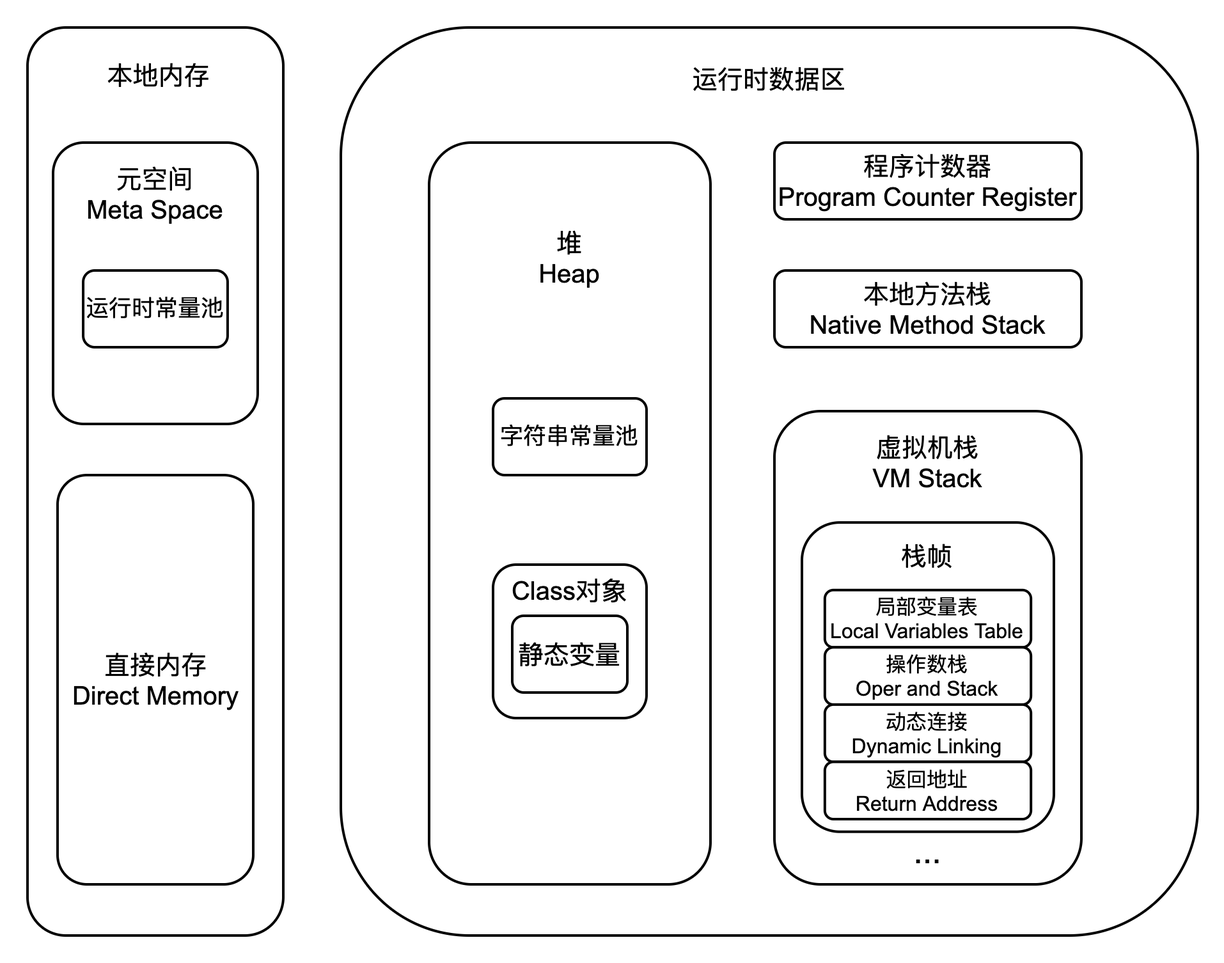
Above: src/notes/jvm/image/JVM内存区域-JDK1.8.png in piaolingluo/piaolingluo.github.io (draw.io), before the change. Source tidied: cells renumbered, new cells last; positions are measured from the earlier drawing's top-left corner, leaving out a move shared by most shapes.
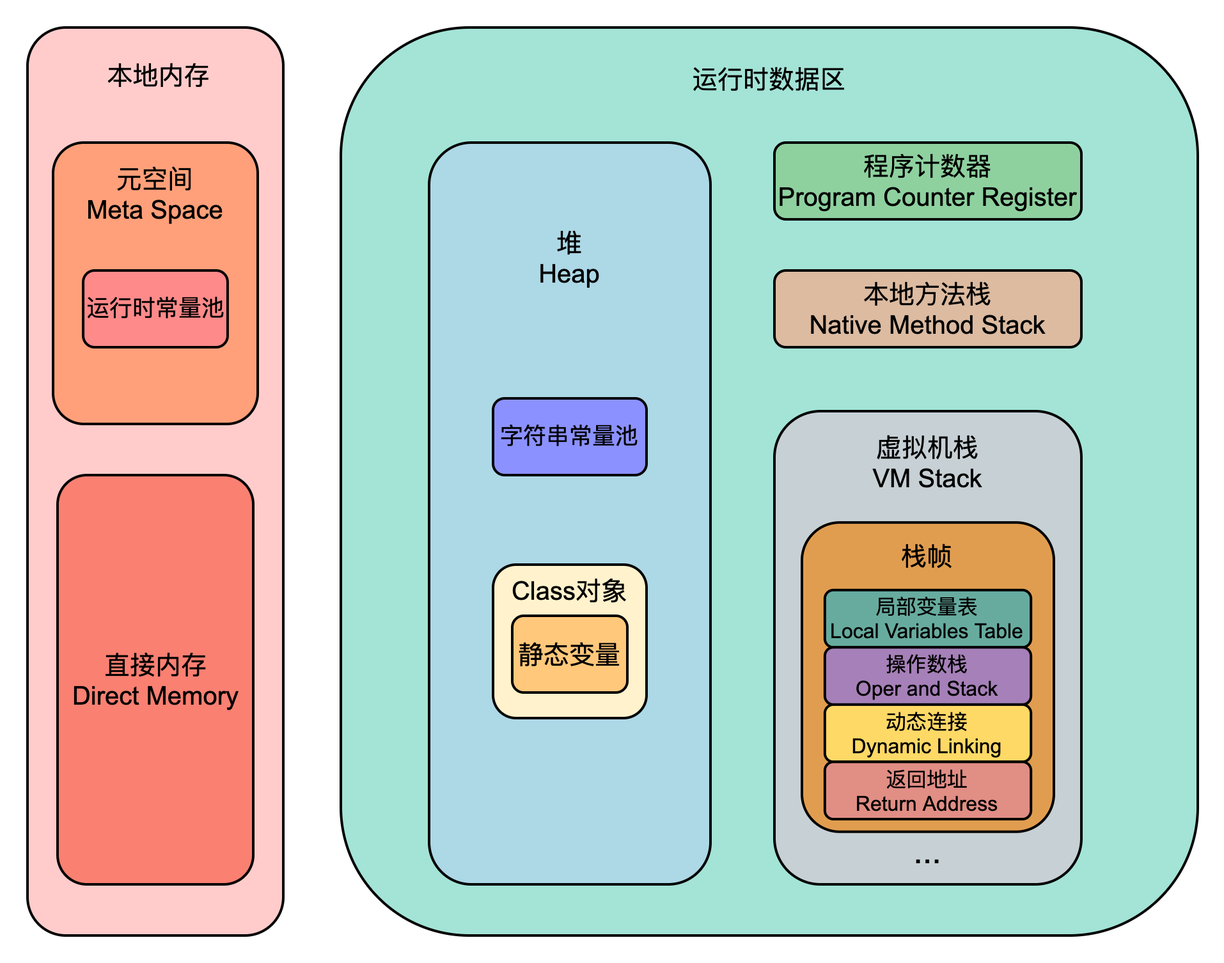
The same file after the commit.

Diff of the diagram source:
```diff
@@ -1,65 +1,62 @@
 <mxGraphModel>
   <root>
-    <mxCell id="0" />
-    <mxCell id="1" parent="0" />
-    <mxCell id="2" style="rounded=1;whiteSpace=wrap;html=1;fontSize=20;" parent="1" vertex="1">
-      <mxGeometry x="245" width="670" height="710" as="geometry" />
-    </mxCell>
+    <mxCell id="38" />
+    <mxCell id="39" parent="38" />
+    <mxCell id="40" style="rounded=1;whiteSpace=wrap;html=1;fontSize=20;fillColor=#A3E4D7;" parent="39" vertex="1">
+      <mxGeometry x="245" width="670" height="710" as="geometry" />
+    </mxCell>
-    <mxCell id="3" style="group;" parent="1" vertex="1">
+    <mxCell id="3" style="group;" parent="39" vertex="1">
       <mxGeometry x="314" y="360" width="220" height="310" as="geometry" />
     </mxCell>
-    <mxCell id="4" style="rounded=1;whiteSpace=wrap;html=1;" parent="3" vertex="1">
-      <mxGeometry y="-270" width="220" height="580" as="geometry" />
-    </mxCell>
-    <mxCell id="5" style="group;" parent="3" vertex="1">
-      <mxGeometry x="25" y="-70" width="170" height="60" as="geometry" />
-    </mxCell>
-    <mxCell id="6" style="rounded=1;whiteSpace=wrap;html=1;" parent="5" vertex="1">
-      <mxGeometry x="25" width="120" height="60" as="geometry" />
-    </mxCell>
-    <mxCell id="7" value="&lt;font style=&quot;font-size: 18px&quot;&gt;字符串常量池&lt;/font&gt;" style="text;html=1;strokeColor=none;fillColor=none;align=center;verticalAlign=middle;whiteSpace=wrap;rounded=0;" parent="5" vertex="1">
-      <mxGeometry width="170" height="60" as="geometry" />
-    </mxCell>
+    <mxCell id="41" style="rounded=1;whiteSpace=wrap;html=1;fillColor=#ADD8E6;" parent="3" vertex="1">
+      <mxGeometry y="-270" width="220" height="580" as="geometry" />
+    </mxCell>
     <mxCell id="8" style="group;" parent="3" vertex="1">
       <mxGeometry x="50" y="50" width="120" height="130" as="geometry" />
     </mxCell>
-    <mxCell id="9" style="rounded=1;whiteSpace=wrap;html=1;fontSize=20;" parent="8" vertex="1">
-      <mxGeometry y="10" width="120" height="120" as="geometry" />
-    </mxCell>
+    <mxCell id="42" style="rounded=1;whiteSpace=wrap;html=1;fontSize=20;fillColor=#FFF2CC;" parent="8" vertex="1">
+      <mxGeometry y="10" width="120" height="120" as="geometry" />
+    </mxCell>
     <mxCell id="10" value="Class对象" style="text;html=1;strokeColor=none;fillColor=none;align=center;verticalAlign=middle;whiteSpace=wrap;rounded=0;fontSize=20;" parent="8" vertex="1">
       <mxGeometry width="120" height="60" as="geometry" />
     </mxCell>
-    <mxCell id="11" value="静态变量" style="rounded=1;whiteSpace=wrap;html=1;fontSize=20;" parent="8" vertex="1">
+    <mxCell id="11" value="静态变量" style="rounded=1;whiteSpace=wrap;html=1;fontSize=20;fillColor=#FFC87B;" parent="8" vertex="1">
       <mxGeometry x="15" y="50" width="90" height="60" as="geometry" />
     </mxCell>
+    <mxCell id="43" style="rounded=1;whiteSpace=wrap;html=1;fillColor=#8B91FF;" parent="3" vertex="1">
+      <mxGeometry x="50" y="-70" width="120" height="60" as="geometry" />
+    </mxCell>
+    <mxCell id="7" value="&lt;font style=&quot;font-size: 18px&quot;&gt;字符串常量池&lt;/font&gt;" style="text;html=1;strokeColor=none;fillColor=none;align=center;verticalAlign=middle;whiteSpace=wrap;rounded=0;" parent="3" vertex="1">
+      <mxGeometry x="25" y="-70" width="170" height="60" as="geometry" />
+    </mxCell>
-    <mxCell id="12" value="本地方法栈&lt;br&gt;Native Method Stack" style="rounded=1;whiteSpace=wrap;html=1;fontSize=20;" parent="1" vertex="1">
+    <mxCell id="12" value="本地方法栈&lt;br&gt;Native Method Stack" style="rounded=1;whiteSpace=wrap;html=1;fontSize=20;fillColor=#DCBBA1;" parent="39" vertex="1">
       <mxGeometry x="584" y="190" width="240" height="60" as="geometry" />
     </mxCell>
-    <mxCell id="13" value="程序计数器&lt;br&gt;Program Counter Register" style="rounded=1;whiteSpace=wrap;html=1;fontSize=20;" parent="1" vertex="1">
+    <mxCell id="13" value="程序计数器&lt;br&gt;Program Counter Register" style="rounded=1;whiteSpace=wrap;html=1;fontSize=20;fillColor=#8ED19F;" parent="39" vertex="1">
       <mxGeometry x="584" y="90" width="240" height="60" as="geometry" />
     </mxCell>
-    <mxCell id="14" style="group;" parent="1" vertex="1">
+    <mxCell id="14" style="group;" parent="39" vertex="1">
       <mxGeometry x="584" y="300" width="240" height="375" as="geometry" />
     </mxCell>
-    <mxCell id="15" style="rounded=1;whiteSpace=wrap;html=1;fontSize=20;" parent="14" vertex="1">
-      <mxGeometry width="240" height="370" as="geometry" />
-    </mxCell>
+    <mxCell id="44" style="rounded=1;whiteSpace=wrap;html=1;fontSize=20;fillColor=#C7D0D5;" parent="14" vertex="1">
+      <mxGeometry width="240" height="370" as="geometry" />
+    </mxCell>
     <mxCell id="16" style="group;" parent="14" vertex="1">
       <mxGeometry x="21.5" y="86.1" width="197" height="288.9" as="geometry" />
     </mxCell>
-    <mxCell id="17" style="rounded=1;whiteSpace=wrap;html=1;" parent="16" vertex="1">
-      <mxGeometry y="0.9" width="197" height="241.8" as="geometry" />
-    </mxCell>
+    <mxCell id="45" style="rounded=1;whiteSpace=wrap;html=1;fillColor=#E19D4F;" parent="16" vertex="1">
+      <mxGeometry y="0.9" width="197" height="241.8" as="geometry" />
+    </mxCell>
-    <mxCell id="18" value="&lt;font style=&quot;font-size: 16px&quot;&gt;局部变量表&lt;br&gt;Local Variables Table&lt;br&gt;&lt;/font&gt;" style="rounded=1;whiteSpace=wrap;html=1;" parent="16" vertex="1">
+    <mxCell id="18" value="&lt;font style=&quot;font-size: 16px&quot;&gt;局部变量表&lt;br&gt;Local Variables Table&lt;br&gt;&lt;/font&gt;" style="rounded=1;whiteSpace=wrap;html=1;fillColor=#67AB9F;" parent="16" vertex="1">
       <mxGeometry x="17.9" y="53.7" width="161.2" height="44.8" as="geometry" />
     </mxCell>
-    <mxCell id="19" value="&lt;font style=&quot;font-size: 16px&quot;&gt;操作数栈&lt;br&gt;Oper and Stack&lt;br&gt;&lt;/font&gt;" style="rounded=1;whiteSpace=wrap;html=1;" parent="16" vertex="1">
+    <mxCell id="19" value="&lt;font style=&quot;font-size: 16px&quot;&gt;操作数栈&lt;br&gt;Oper and Stack&lt;br&gt;&lt;/font&gt;" style="rounded=1;whiteSpace=wrap;html=1;fillColor=#A680B8;" parent="16" vertex="1">
       <mxGeometry x="17.9" y="98.5" width="161.2" height="44.8" as="geometry" />
     </mxCell>
-    <mxCell id="20" value="&lt;font style=&quot;font-size: 16px&quot;&gt;动态连接&lt;br&gt;Dynamic Linking&lt;br&gt;&lt;/font&gt;" style="rounded=1;whiteSpace=wrap;html=1;" parent="16" vertex="1">
+    <mxCell id="20" value="&lt;font style=&quot;font-size: 16px&quot;&gt;动态连接&lt;br&gt;Dynamic Linking&lt;br&gt;&lt;/font&gt;" style="rounded=1;whiteSpace=wrap;html=1;fillColor=#FFD966;" parent="16" vertex="1">
       <mxGeometry x="17.9" y="143.3" width="161.2" height="44.8" as="geometry" />
     </mxCell>
-    <mxCell id="21" value="&lt;font style=&quot;font-size: 16px&quot;&gt;返回地址&lt;br&gt;Return Address&lt;br&gt;&lt;/font&gt;" style="rounded=1;whiteSpace=wrap;html=1;" parent="16" vertex="1">
+    <mxCell id="21" value="&lt;font style=&quot;font-size: 16px&quot;&gt;返回地址&lt;br&gt;Return Address&lt;br&gt;&lt;/font&gt;" style="rounded=1;whiteSpace=wrap;html=1;fillColor=#E18E85;" parent="16" vertex="1">
       <mxGeometry x="17.9" y="188.1" width="161.2" height="44.8" as="geometry" />
     </mxCell>
     <mxCell id="22" value="栈帧" style="text;html=1;strokeColor=none;fillColor=none;align=center;verticalAlign=middle;whiteSpace=wrap;rounded=0;fontSize=20;" parent="16" vertex="1">
@@ -71,43 +68,37 @@
     <mxCell id="24" value="虚拟机栈&lt;br&gt;VM Stack" style="text;html=1;strokeColor=none;fillColor=none;align=center;verticalAlign=middle;whiteSpace=wrap;rounded=0;fontSize=20;" parent="14" vertex="1">
       <mxGeometry x="60" y="10" width="120" height="60" as="geometry" />
     </mxCell>
-    <mxCell id="25" value="运行时数据区" style="text;html=1;strokeColor=none;fillColor=none;align=center;verticalAlign=middle;whiteSpace=wrap;rounded=0;fontSize=20;" parent="1" vertex="1">
+    <mxCell id="25" value="运行时数据区" style="text;html=1;strokeColor=none;fillColor=none;align=center;verticalAlign=middle;whiteSpace=wrap;rounded=0;fontSize=20;" parent="39" vertex="1">
       <mxGeometry x="510" y="10" width="140" height="60" as="geometry" />
     </mxCell>
-    <mxCell id="26" value="&lt;font style=&quot;font-size: 20px&quot;&gt;堆&lt;br&gt;Heap&lt;br&gt;&lt;/font&gt;" style="text;html=1;strokeColor=none;fillColor=none;align=center;verticalAlign=middle;whiteSpace=wrap;rounded=0;" parent="1" vertex="1">
+    <mxCell id="26" value="&lt;font style=&quot;font-size: 20px&quot;&gt;堆&lt;br&gt;Heap&lt;br&gt;&lt;/font&gt;" style="text;html=1;strokeColor=none;fillColor=none;align=center;verticalAlign=middle;whiteSpace=wrap;rounded=0;" parent="39" vertex="1">
       <mxGeometry x="364" y="140" width="120" height="79.5" as="geometry" />
     </mxCell>
-    <mxCell id="27" style="group;" parent="1" vertex="1">
+    <mxCell id="27" style="group;" parent="39" vertex="1">
       <mxGeometry width="200" height="710" as="geometry" />
     </mxCell>
     <mxCell id="28" style="group;" parent="27" vertex="1">
       <mxGeometry width="200" height="710" as="geometry" />
     </mxCell>
-    <mxCell id="29" style="rounded=1;whiteSpace=wrap;html=1;" parent="28" vertex="1">
-      <mxGeometry width="200" height="710" as="geometry" />
-    </mxCell>
+    <mxCell id="46" style="rounded=1;whiteSpace=wrap;html=1;fillColor=#FFCCCB;" parent="28" vertex="1">
+      <mxGeometry width="200" height="710" as="geometry" />
+    </mxCell>
     <mxCell id="30" value="&amp;nbsp;本地内存" style="text;html=1;strokeColor=none;fillColor=none;align=center;verticalAlign=middle;whiteSpace=wrap;rounded=0;fontSize=20;" parent="28" vertex="1">
       <mxGeometry x="30" width="140" height="73.4" as="geometry" />
     </mxCell>
     <mxCell id="31" style="group;" parent="28" vertex="1">
       <mxGeometry x="20" y="90" width="160" height="220" as="geometry" />
     </mxCell>
-    <mxCell id="32" style="rounded=1;whiteSpace=wrap;html=1;" parent="31" vertex="1">
-      <mxGeometry width="160" height="220" as="geometry" />
-    </mxCell>
+    <mxCell id="47" style="rounded=1;whiteSpace=wrap;html=1;fillColor=#FFA07A;" parent="31" vertex="1">
+      <mxGeometry width="160" height="220" as="geometry" />
+    </mxCell>
     <mxCell id="33" value="&lt;font style=&quot;font-size: 20px&quot;&gt;元空间&lt;br&gt;Meta Space&lt;br&gt;&lt;/font&gt;" style="text;html=1;strokeColor=none;fillColor=none;align=center;verticalAlign=middle;whiteSpace=wrap;rounded=0;" parent="31" vertex="1">
       <mxGeometry x="10.9" y="10" width="138.2" height="60" as="geometry" />
     </mxCell>
-    <mxCell id="34" style="group;" parent="31" vertex="1">
-      <mxGeometry y="100" width="160" height="60" as="geometry" />
-    </mxCell>
-    <mxCell id="35" style="rounded=1;whiteSpace=wrap;html=1;" parent="34" vertex="1">
-      <mxGeometry x="23.5" width="112.9" height="60" as="geometry" />
-    </mxCell>
-    <mxCell id="36" value="&lt;font style=&quot;font-size: 18px&quot;&gt;运行时常量池&lt;/font&gt;" style="text;html=1;strokeColor=none;fillColor=none;align=center;verticalAlign=middle;whiteSpace=wrap;rounded=0;" parent="34" vertex="1">
-      <mxGeometry width="160" height="60" as="geometry" />
+    <mxCell id="36" value="&lt;span style=&quot;font-size: 18px&quot;&gt;运行时常量池&lt;/span&gt;" style="rounded=1;whiteSpace=wrap;html=1;fillColor=#FF8A8A;" parent="31" vertex="1">
+      <mxGeometry x="23.5" y="100" width="112.9" height="60" as="geometry" />
     </mxCell>
-    <mxCell id="37" value="&lt;span&gt;直接内存&lt;/span&gt;&lt;br&gt;&lt;span&gt;Direct Memory&lt;/span&gt;" style="rounded=1;whiteSpace=wrap;html=1;fontSize=20;" parent="27" vertex="1">
+    <mxCell id="37" value="&lt;span&gt;直接内存&lt;/span&gt;&lt;br&gt;&lt;span&gt;Direct Memory&lt;/span&gt;" style="rounded=1;whiteSpace=wrap;html=1;fontSize=20;fillColor=#FA8072;" parent="27" vertex="1">
       <mxGeometry x="23.5" y="350" width="153" height="320" as="geometry" />
     </mxCell>
   </root>
```
